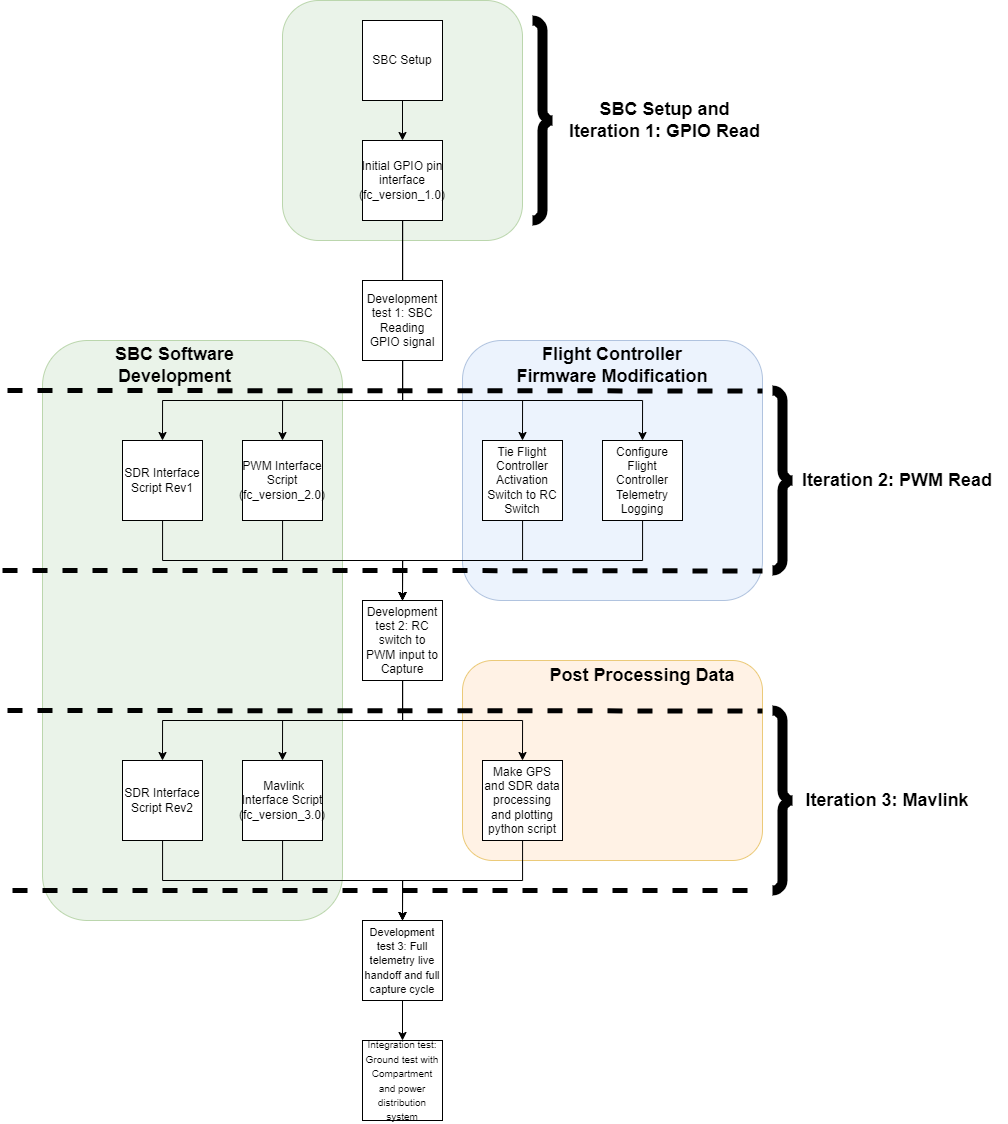
axel-stevens/y4-Honours keeps this draw.io diagram as report_workspace/ch4-4_images/Control System Development Cycle.drawio.png. Above is the earlier version. Source tidied: cells renumbered, new cells last; positions are measured from the earlier drawing's top-left corner, leaving out a move shared by most shapes.
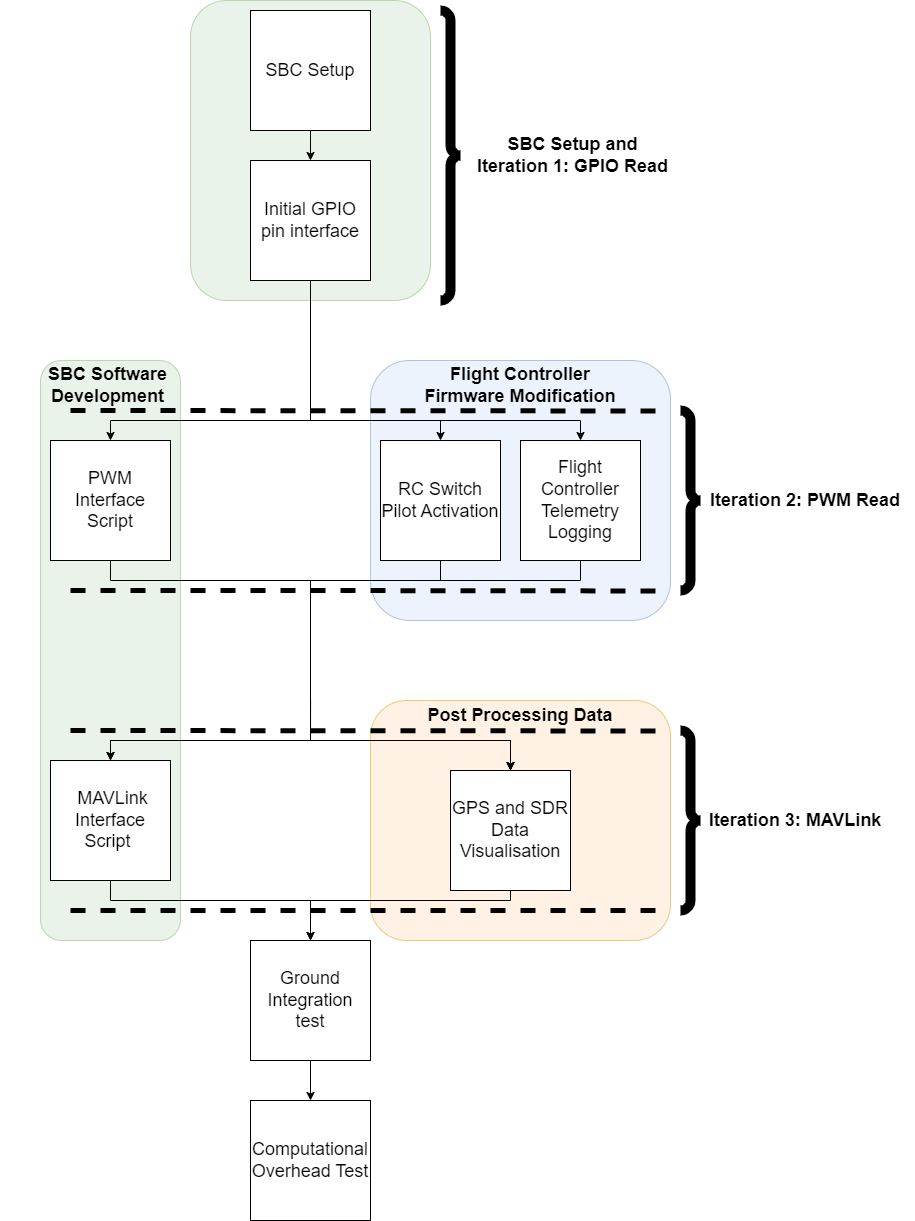
Later version of the same file.

Change to the diagram source:
```diff
@@ -3,61 +3,67 @@
     <mxCell id="0" />
     <mxCell id="1" parent="0" />
     <mxCell id="2" style="rounded=1;whiteSpace=wrap;html=1;fillColor=#ffe6cc;strokeColor=#d79b00;opacity=50;" parent="1" vertex="1">
-      <mxGeometry x="460" y="660" width="300" height="200" as="geometry" />
+      <mxGeometry x="460" y="680" width="300" height="240" as="geometry" />
     </mxCell>
     <mxCell id="3" style="rounded=1;whiteSpace=wrap;html=1;opacity=50;fillColor=#d5e8d4;strokeColor=#82b366;" parent="1" vertex="1">
-      <mxGeometry x="280" width="240" height="240" as="geometry" />
+      <mxGeometry x="280" y="-20" width="240" height="300" as="geometry" />
     </mxCell>
     <mxCell id="4" style="rounded=1;whiteSpace=wrap;html=1;fillColor=#dae8fc;strokeColor=#6c8ebf;opacity=50;" parent="1" vertex="1">
       <mxGeometry x="460" y="340" width="300" height="260" as="geometry" />
     </mxCell>
     <mxCell id="5" style="rounded=1;whiteSpace=wrap;html=1;opacity=50;fillColor=#d5e8d4;strokeColor=#82b366;" parent="1" vertex="1">
-      <mxGeometry x="40" y="340" width="300" height="580" as="geometry" />
+      <mxGeometry x="130" y="340" width="140" height="580" as="geometry" />
     </mxCell>
     <mxCell id="6" style="edgeStyle=orthogonalEdgeStyle;rounded=0;jettySize=auto;html=1;" parent="1" edge="1" source="7" target="17">
       <mxGeometry relative="1" as="geometry" />
     </mxCell>
-    <mxCell id="7" value="SBC Setup" style="whiteSpace=wrap;html=1;" parent="1" vertex="1">
-      <mxGeometry x="360" y="20" width="80" height="80" as="geometry" />
+    <mxCell id="7" value="&lt;font style=&quot;font-size: 18px;&quot;&gt;SBC Setup&lt;/font&gt;" style="whiteSpace=wrap;html=1;" parent="1" vertex="1">
+      <mxGeometry x="340" y="-10" width="120" height="120" as="geometry" />
     </mxCell>
-    <mxCell id="8" style="edgeStyle=orthogonalEdgeStyle;rounded=0;jettySize=auto;html=1;entryX=0.5;entryY=0;entryDx=0;entryDy=0;" parent="1" edge="1" source="9" target="21">
+    <mxCell id="8" style="edgeStyle=orthogonalEdgeStyle;rounded=0;jettySize=auto;html=1;entryX=0.5;entryY=0;entryDx=0;entryDy=0;" parent="1" edge="1" source="9" target="23">
       <mxGeometry relative="1" as="geometry">
         <Array as="points">
-          <mxPoint x="280" y="560" />
+          <mxPoint x="200" y="560" />
           <mxPoint x="400" y="560" />
+          <mxPoint x="400" y="720" />
+          <mxPoint x="200" y="720" />
         </Array>
       </mxGeometry>
     </mxCell>
-    <mxCell id="9" value="PWM Interface Script (fc_version_2.0)" style="whiteSpace=wrap;html=1;" parent="1" vertex="1">
-      <mxGeometry x="240" y="440" width="80" height="80" as="geometry" />
+    <mxCell id="9" value="&lt;font style=&quot;font-size: 18px;&quot;&gt;PWM Interface Script&lt;/font&gt;" style="whiteSpace=wrap;html=1;" parent="1" vertex="1">
+      <mxGeometry x="140" y="420" width="120" height="120" as="geometry" />
     </mxCell>
-    <mxCell id="10" style="edgeStyle=orthogonalEdgeStyle;rounded=0;jettySize=auto;html=1;entryX=0.5;entryY=0;entryDx=0;entryDy=0;" parent="1" edge="1" source="11" target="21">
+    <mxCell id="10" style="edgeStyle=orthogonalEdgeStyle;rounded=0;jettySize=auto;html=1;entryX=0.5;entryY=0;entryDx=0;entryDy=0;" parent="1" edge="1" source="11" target="25">
       <mxGeometry relative="1" as="geometry">
         <Array as="points">
-          <mxPoint x="520" y="560" />
+          <mxPoint x="530" y="560" />
           <mxPoint x="400" y="560" />
+          <mxPoint x="400" y="720" />
+          <mxPoint x="600" y="720" />
         </Array>
       </mxGeometry>
     </mxCell>
-    <mxCell id="11" value="Tie Flight Controller Activation Switch to RC Switch" style="whiteSpace=wrap;html=1;" parent="1" vertex="1">
-      <mxGeometry x="480" y="440" width="80" height="80" as="geometry" />
+    <mxCell id="11" value="&lt;font style=&quot;font-size: 18px;&quot;&gt;RC Switch Pilot Activation&lt;/font&gt;" style="whiteSpace=wrap;html=1;" parent="1" vertex="1">
+      <mxGeometry x="470" y="420" width="120" height="120" as="geometry" />
     </mxCell>
-    <mxCell id="12" style="edgeStyle=orthogonalEdgeStyle;rounded=0;jettySize=auto;html=1;entryX=0.5;entryY=0;entryDx=0;entryDy=0;" parent="1" edge="1" source="13" target="21">
+    <mxCell id="12" style="edgeStyle=orthogonalEdgeStyle;rounded=0;jettySize=auto;html=1;entryX=0.5;entryY=0;entryDx=0;entryDy=0;" parent="1" edge="1" source="13" target="25">
       <mxGeometry relative="1" as="geometry">
         <Array as="points">
-          <mxPoint x="640" y="560" />
+          <mxPoint x="670" y="560" />
           <mxPoint x="400" y="560" />
+          <mxPoint x="400" y="720" />
+          <mxPoint x="600" y="720" />
         </Array>
       </mxGeometry>
     </mxCell>
-    <mxCell id="13" value="Configure Flight Controller Telemetry Logging" style="whiteSpace=wrap;html=1;" parent="1" vertex="1">
-      <mxGeometry x="600" y="440" width="80" height="80" as="geometry" />
+    <mxCell id="13" value="&lt;font style=&quot;font-size: 18px;&quot;&gt;Flight Controller Telemetry Logging&lt;/font&gt;" style="whiteSpace=wrap;html=1;" parent="1" vertex="1">
+      <mxGeometry x="610" y="420" width="120" height="120" as="geometry" />
     </mxCell>
     <mxCell id="14" style="edgeStyle=orthogonalEdgeStyle;rounded=0;jettySize=auto;html=1;entryX=0.5;entryY=0;entryDx=0;entryDy=0;" parent="1" edge="1" source="17" target="9">
       <mxGeometry relative="1" as="geometry">
         <Array as="points">
           <mxPoint x="400" y="400" />
-          <mxPoint x="280" y="400" />
+          <mxPoint x="200" y="400" />
         </Array>
       </mxGeometry>
     </mxCell>
@@ -65,7 +71,7 @@
       <mxGeometry relative="1" as="geometry">
         <Array as="points">
           <mxPoint x="400" y="400" />
-          <mxPoint x="520" y="400" />
+          <mxPoint x="530" y="400" />
         </Array>
       </mxGeometry>
     </mxCell>
@@ -73,115 +79,94 @@
       <mxGeometry relative="1" as="geometry">
         <Array as="points">
           <mxPoint x="400" y="400" />
-          <mxPoint x="640" y="400" />
+          <mxPoint x="670" y="400" />
         </Array>
       </mxGeometry>
     </mxCell>
-    <mxCell id="17" value="Initial GPIO pin interface (fc_version_1.0)" style="whiteSpace=wrap;html=1;" parent="1" vertex="1">
-      <mxGeometry x="360" y="140" width="80" height="80" as="geometry" />
+    <mxCell id="17" value="&lt;font style=&quot;font-size: 18px;&quot;&gt;Initial GPIO pin interface&lt;/font&gt;" style="whiteSpace=wrap;html=1;" parent="1" vertex="1">
+      <mxGeometry x="340" y="140" width="120" height="120" as="geometry" />
     </mxCell>
-    <mxCell id="18" style="edgeStyle=orthogonalEdgeStyle;rounded=0;jettySize=auto;html=1;entryX=0.5;entryY=0;entryDx=0;entryDy=0;" parent="1" edge="1" source="21" target="23">
+    <mxCell id="18" style="edgeStyle=orthogonalEdgeStyle;rounded=0;jettySize=auto;html=1;entryX=0.5;entryY=0;entryDx=0;entryDy=0;" parent="1" edge="1" target="23">
       <mxGeometry relative="1" as="geometry">
+        <mxPoint x="400" y="680" as="sourcePoint" />
         <Array as="points">
           <mxPoint x="400" y="720" />
-          <mxPoint x="280" y="720" />
+          <mxPoint x="200" y="720" />
         </Array>
       </mxGeometry>
     </mxCell>
-    <mxCell id="19" style="edgeStyle=orthogonalEdgeStyle;rounded=0;jettySize=auto;html=1;entryX=0.5;entryY=0;entryDx=0;entryDy=0;" parent="1" edge="1" source="21" target="25">
+    <mxCell id="19" style="edgeStyle=orthogonalEdgeStyle;rounded=0;jettySize=auto;html=1;entryX=0.5;entryY=0;entryDx=0;entryDy=0;" parent="1" edge="1" target="25">
       <mxGeometry relative="1" as="geometry">
+        <mxPoint x="400" y="680" as="sourcePoint" />
         <Array as="points">
           <mxPoint x="400" y="720" />
-          <mxPoint x="520" y="720" />
+          <mxPoint x="600" y="720" />
         </Array>
       </mxGeometry>
     </mxCell>
-    <mxCell id="20" style="edgeStyle=orthogonalEdgeStyle;rounded=0;jettySize=auto;html=1;entryX=0.5;entryY=0;entryDx=0;entryDy=0;" parent="1" edge="1" source="21" target="47">
-      <mxGeometry relative="1" as="geometry">
-        <Array as="points">
-          <mxPoint x="400" y="720" />
-          <mxPoint x="160" y="720" />
-        </Array>
-      </mxGeometry>
-    </mxCell>
-    <mxCell id="21" value="Development test 2: RC switch to PWM input to Capture" style="whiteSpace=wrap;html=1;" parent="1" vertex="1">
-      <mxGeometry x="360" y="600" width="80" height="80" as="geometry" />
-    </mxCell>
-    <mxCell id="22" style="edgeStyle=orthogonalEdgeStyle;rounded=0;jettySize=auto;html=1;entryX=0.5;entryY=0;entryDx=0;entryDy=0;" parent="1" edge="1" source="23" target="27">
+    <mxCell id="22" style="edgeStyle=orthogonalEdgeStyle;rounded=0;jettySize=auto;html=1;entryX=0.5;entryY=0;entryDx=0;entryDy=0;" parent="1" edge="1" source="23">
       <mxGeometry relative="1" as="geometry">
+        <mxPoint x="400" y="920" as="targetPoint" />
         <Array as="points">
-          <mxPoint x="280" y="880" />
+          <mxPoint x="200" y="880" />
           <mxPoint x="400" y="880" />
         </Array>
       </mxGeometry>
     </mxCell>
-    <mxCell id="23" value="&amp;nbsp;Mavlink Interface Script (fc_version_3.0)" style="whiteSpace=wrap;html=1;" parent="1" vertex="1">
-      <mxGeometry x="240" y="760" width="80" height="80" as="geometry" />
+    <mxCell id="23" value="&lt;font style=&quot;font-size: 18px;&quot;&gt;&amp;nbsp;MAVLink Interface Script&amp;nbsp;&lt;/font&gt;" style="whiteSpace=wrap;html=1;" parent="1" vertex="1">
+      <mxGeometry x="140" y="740" width="120" height="120" as="geometry" />
     </mxCell>
-    <mxCell id="24" style="edgeStyle=orthogonalEdgeStyle;rounded=0;jettySize=auto;html=1;entryX=0.5;entryY=0;entryDx=0;entryDy=0;" parent="1" edge="1" source="25" target="27">
+    <mxCell id="24" style="edgeStyle=orthogonalEdgeStyle;rounded=0;jettySize=auto;html=1;entryX=0.5;entryY=0;entryDx=0;entryDy=0;" parent="1" edge="1" source="25">
       <mxGeometry relative="1" as="geometry">
+        <mxPoint x="400" y="920" as="targetPoint" />
         <Array as="points">
-          <mxPoint x="520" y="880" />
+          <mxPoint x="600" y="880" />
           <mxPoint x="400" y="880" />
         </Array>
       </mxGeometry>
     </mxCell>
-    <mxCell id="25" value="Make GPS and SDR data processing and plotting python script" style="whiteSpace=wrap;html=1;" parent="1" vertex="1">
-      <mxGeometry x="480" y="760" width="80" height="80" as="geometry" />
+    <mxCell id="25" value="&lt;font style=&quot;font-size: 18px;&quot;&gt;GPS and SDR Data Visualisation&lt;/font&gt;" style="whiteSpace=wrap;html=1;" parent="1" vertex="1">
+      <mxGeometry x="540" y="750" width="120" height="120" as="geometry" />
     </mxCell>
-    <mxCell id="26" style="edgeStyle=orthogonalEdgeStyle;rounded=0;jettySize=auto;html=1;" parent="1" edge="1" source="27" target="31">
-      <mxGeometry relative="1" as="geometry" />
-    </mxCell>
-    <mxCell id="27" value="&lt;font style=&quot;font-size: 11px;&quot;&gt;Development test 3: Full telemetry live handoff and full capture cycle&lt;/font&gt;" style="whiteSpace=wrap;html=1;" parent="1" vertex="1">
-      <mxGeometry x="360" y="920" width="80" height="80" as="geometry" />
-    </mxCell>
     <mxCell id="28" value="&lt;b&gt;&lt;font style=&quot;font-size: 18px;&quot;&gt;SBC Software Development&lt;/font&gt;&lt;/b&gt;" style="text;html=1;strokeColor=none;fillColor=none;align=center;verticalAlign=middle;whiteSpace=wrap;rounded=0;" parent="1" vertex="1">
-      <mxGeometry x="65" y="350" width="215" height="30" as="geometry" />
+      <mxGeometry x="90" y="350" width="215" height="30" as="geometry" />
     </mxCell>
     <mxCell id="29" value="&lt;b&gt;&lt;font style=&quot;font-size: 18px;&quot;&gt;Flight Controller Firmware Modification&lt;/font&gt;&lt;/b&gt;" style="text;html=1;strokeColor=none;fillColor=none;align=center;verticalAlign=middle;whiteSpace=wrap;rounded=0;" parent="1" vertex="1">
       <mxGeometry x="500" y="350" width="220" height="30" as="geometry" />
     </mxCell>
     <mxCell id="30" value="&lt;b&gt;&lt;font style=&quot;font-size: 18px;&quot;&gt;Post Processing Data&lt;/font&gt;&lt;/b&gt;" style="text;html=1;strokeColor=none;fillColor=none;align=center;verticalAlign=middle;whiteSpace=wrap;rounded=0;" parent="1" vertex="1">
-      <mxGeometry x="530" y="660" width="220" height="30" as="geometry" />
+      <mxGeometry x="500" y="680" width="220" height="30" as="geometry" />
     </mxCell>
+    <mxCell id="48" style="edgeStyle=orthogonalEdgeStyle;rounded=0;jettySize=auto;html=1;entryX=0.5;entryY=0;entryDx=0;entryDy=0;" parent="1" edge="1" source="31" target="49">
+      <mxGeometry relative="1" as="geometry" />
+    </mxCell>
-    <mxCell id="31" value="&lt;font style=&quot;font-size: 10px;&quot;&gt;Integration test: Ground test with Compartment and power distribution system&lt;/font&gt;" style="whiteSpace=wrap;html=1;" parent="1" vertex="1">
-      <mxGeometry x="360" y="1040" width="80" height="80" as="geometry" />
+    <mxCell id="31" value="&lt;font style=&quot;font-size: 18px;&quot;&gt;Ground Integration test&lt;/font&gt;" style="whiteSpace=wrap;html=1;" parent="1" vertex="1">
+      <mxGeometry x="340" y="920" width="120" height="120" as="geometry" />
     </mxCell>
     <mxCell id="32" style="labelPosition=right;align=left;strokeWidth=10;shape=mxgraph.mockup.markup.curlyBrace;html=1;shadow=0;dashed=0;strokeColor=#000000;direction=north;rotation=-180;" parent="1" vertex="1">
-      <mxGeometry x="530" y="20" width="20" height="200" as="geometry" />
+      <mxGeometry x="530" y="-10" width="20" height="290" as="geometry" />
     </mxCell>
     <mxCell id="33" style="labelPosition=right;align=left;strokeWidth=10;shape=mxgraph.mockup.markup.curlyBrace;html=1;shadow=0;dashed=0;strokeColor=#000000;direction=north;rotation=-180;" parent="1" vertex="1">
       <mxGeometry x="770" y="390" width="20" height="180" as="geometry" />
     </mxCell>
     <mxCell id="34" value="&lt;b&gt;&lt;font style=&quot;font-size: 18px;&quot;&gt;SBC Setup and&lt;br&gt;Iteration 1: GPIO Read&lt;br&gt;&lt;/font&gt;&lt;/b&gt;" style="text;html=1;strokeColor=none;fillColor=none;align=center;verticalAlign=middle;whiteSpace=wrap;rounded=0;" parent="1" vertex="1">
-      <mxGeometry x="555" y="105" width="215" height="30" as="geometry" />
+      <mxGeometry x="555" y="120" width="215" height="30" as="geometry" />
     </mxCell>
     <mxCell id="35" value="&lt;b&gt;&lt;font style=&quot;font-size: 18px;&quot;&gt;Iteration 2: PWM Read&amp;nbsp;&lt;/font&gt;&lt;/b&gt;" style="text;html=1;strokeColor=none;fillColor=none;align=center;verticalAlign=middle;whiteSpace=wrap;rounded=0;" parent="1" vertex="1">
       <mxGeometry x="790" y="465" width="215" height="30" as="geometry" />
     </mxCell>
-    <mxCell id="36" style="edgeStyle=orthogonalEdgeStyle;rounded=0;jettySize=auto;html=1;entryX=0.5;entryY=0;entryDx=0;entryDy=0;" parent="1" edge="1" source="37" target="45">
-      <mxGeometry relative="1" as="geometry">
-        <Array as="points">
-          <mxPoint x="400" y="400" />
-          <mxPoint x="160" y="400" />
-        </Array>
-      </mxGeometry>
-    </mxCell>
-    <mxCell id="37" value="Development test 1: SBC Reading GPIO signal" style="whiteSpace=wrap;html=1;" parent="1" vertex="1">
-      <mxGeometry x="360" y="280" width="80" height="80" as="geometry" />
-    </mxCell>
-    <mxCell id="38" value="&lt;b&gt;&lt;font style=&quot;font-size: 18px;&quot;&gt;Iteration 3: Mavlink&amp;nbsp;&lt;/font&gt;&lt;/b&gt;" style="text;html=1;strokeColor=none;fillColor=none;align=center;verticalAlign=middle;whiteSpace=wrap;rounded=0;" parent="1" vertex="1">
+    <mxCell id="38" value="&lt;b&gt;&lt;font style=&quot;font-size: 18px;&quot;&gt;Iteration 3: MAVLink&amp;nbsp;&lt;/font&gt;&lt;/b&gt;" style="text;html=1;strokeColor=none;fillColor=none;align=center;verticalAlign=middle;whiteSpace=wrap;rounded=0;" parent="1" vertex="1">
       <mxGeometry x="780" y="785" width="215" height="30" as="geometry" />
     </mxCell>
     <mxCell id="39" style="endArrow=none;dashed=1;html=1;rounded=0;strokeWidth=5;" parent="1" edge="1">
       <mxGeometry relative="1" as="geometry">
-        <mxPoint x="5" y="390" as="sourcePoint" />
+        <mxPoint x="160" y="390" as="sourcePoint" />
         <mxPoint x="760" y="390.5" as="targetPoint" />
       </mxGeometry>
     </mxCell>
     <mxCell id="40" style="endArrow=none;dashed=1;html=1;rounded=0;strokeWidth=5;" parent="1" edge="1">
       <mxGeometry relative="1" as="geometry">
-        <mxPoint y="570" as="sourcePoint" />
+        <mxPoint x="160" y="570" as="sourcePoint" />
         <mxPoint x="760" y="570.5" as="targetPoint" />
         <Array as="points">
           <mxPoint x="380" y="570" />
@@ -193,37 +178,18 @@
     </mxCell>
     <mxCell id="42" style="endArrow=none;dashed=1;html=1;rounded=0;strokeWidth=5;" parent="1" edge="1">
       <mxGeometry relative="1" as="geometry">
-        <mxPoint x="5" y="710" as="sourcePoint" />
+        <mxPoint x="160" y="710" as="sourcePoint" />
         <mxPoint x="760" y="710.5" as="targetPoint" />
       </mxGeometry>
     </mxCell>
     <mxCell id="43" style="endArrow=none;dashed=1;html=1;rounded=0;strokeWidth=5;" parent="1" edge="1">
       <mxGeometry relative="1" as="geometry">
-        <mxPoint x="10" y="890" as="sourcePoint" />
+        <mxPoint x="160" y="890" as="sourcePoint" />
         <mxPoint x="760" y="890" as="targetPoint" />
       </mxGeometry>
     </mxCell>
-    <mxCell id="44" style="edgeStyle=orthogonalEdgeStyle;rounded=0;jettySize=auto;html=1;entryX=0.5;entryY=0;entryDx=0;entryDy=0;" parent="1" edge="1" source="45" target="21">
-      <mxGeometry relative="1" as="geometry">
-        <Array as="points">
-          <mxPoint x="160" y="560" />
-          <mxPoint x="400" y="560" />
-        </Array>
-      </mxGeometry>
-    </mxCell>
-    <mxCell id="45" value="SDR Interface Script Rev1" style="whiteSpace=wrap;html=1;" parent="1" vertex="1">
-      <mxGeometry x="120" y="440" width="80" height="80" as="geometry" />
-    </mxCell>
-    <mxCell id="46" style="edgeStyle=orthogonalEdgeStyle;rounded=0;jettySize=auto;html=1;entryX=0.5;entryY=0;entryDx=0;entryDy=0;" parent="1" edge="1" source="47" target="27">
-      <mxGeometry relative="1" as="geometry">
-        <Array as="points">
-          <mxPoint x="160" y="880" />
-          <mxPoint x="400" y="880" />
-        </Array>
-      </mxGeometry>
-    </mxCell>
-    <mxCell id="47" value="SDR Interface Script Rev2" style="whiteSpace=wrap;html=1;" parent="1" vertex="1">
-      <mxGeometry x="120" y="760" width="80" height="80" as="geometry" />
-    </mxCell>
+    <mxCell id="49" value="&lt;font style=&quot;font-size: 18px;&quot;&gt;Computational Overhead Test&lt;/font&gt;" style="whiteSpace=wrap;html=1;" parent="1" vertex="1">
+      <mxGeometry x="340" y="1080" width="120" height="120" as="geometry" />
+    </mxCell>
   </root>
 </mxGraphModel>
```
